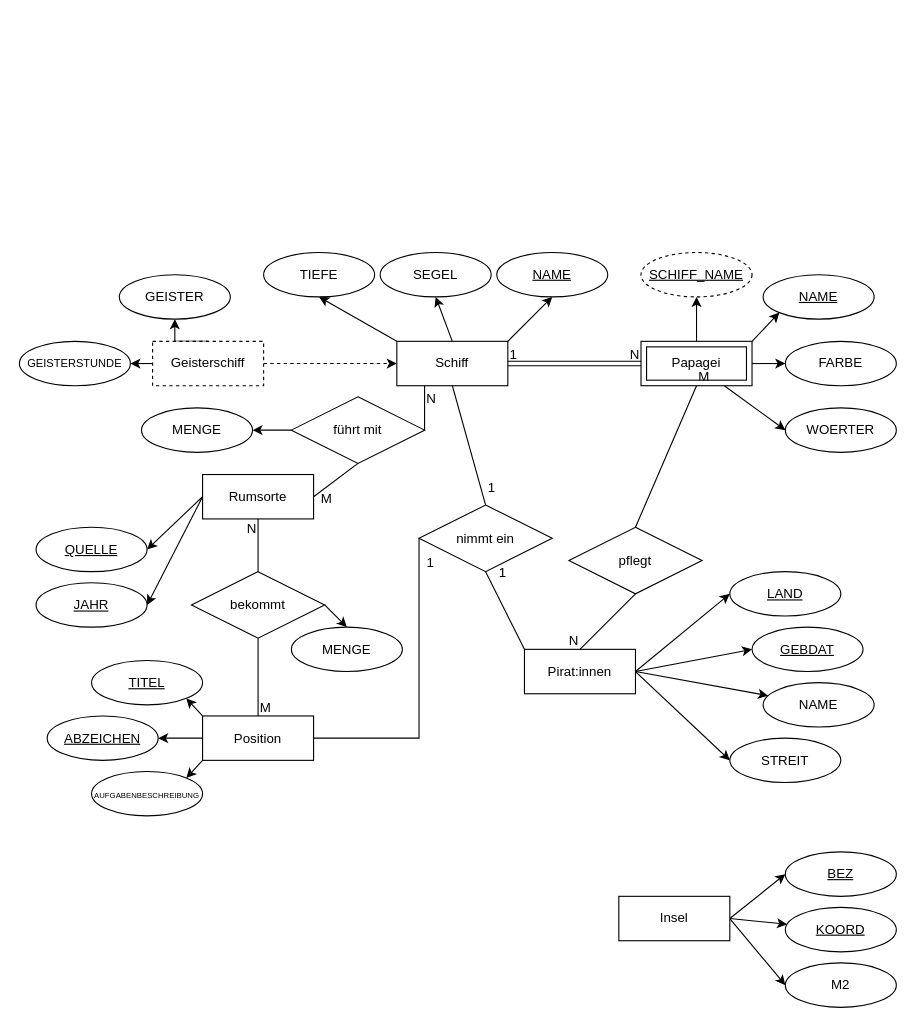
This is 12024734_DBM_UE1.drawio from marvin-the-parrot/uni, a draw.io file, before an edit. Source tidied: cells renumbered, new cells numbered last; positions are measured from the earlier drawing's top-left corner, leaving out a move shared by most shapes. Both pictures are drawn from the tidied source at 111%, with x=0, y=0 at pixel (19, 252).
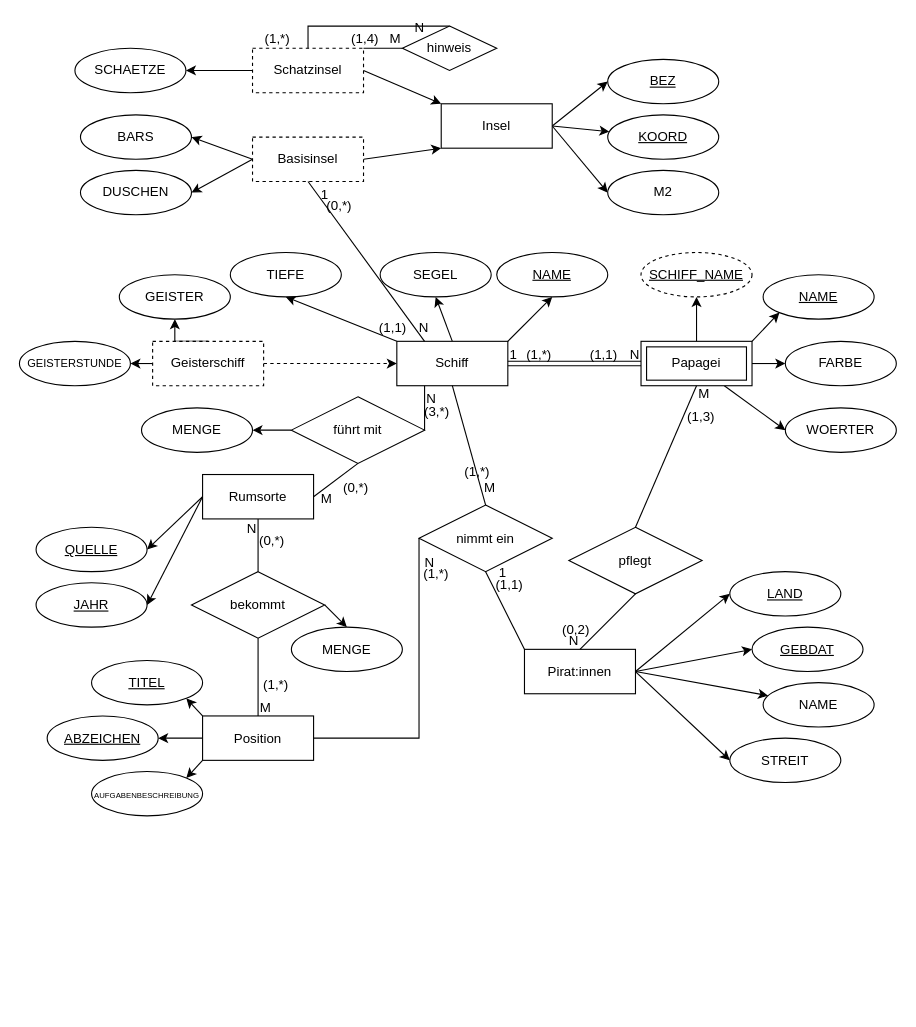
After the change.

Unchanged cells that the change refers to:
```xml
<mxCell id="5" value="Schiff" style="whiteSpace=wrap;html=1;align=center;" parent="1" vertex="1">
  <mxGeometry x="340" y="80" width="100" height="40" as="geometry" />
</mxCell>
<mxCell id="39" style="endArrow=none;html=1;rounded=0;exitX=0.5;exitY=1;exitDx=0;exitDy=0;entryX=0.5;entryY=0;entryDx=0;entryDy=0;" parent="1" edge="1" source="19" target="35">
  <mxGeometry relative="1" as="geometry" />
</mxCell>
<mxCell id="56" style="endArrow=none;html=1;rounded=0;entryX=0.5;entryY=0;entryDx=0;entryDy=0;exitX=0.5;exitY=1;exitDx=0;exitDy=0;" parent="1" edge="1" source="5" target="55">
  <mxGeometry relative="1" as="geometry" />
</mxCell>
<mxCell id="58" style="endArrow=none;html=1;rounded=0;exitX=1;exitY=0.5;exitDx=0;exitDy=0;entryX=0;entryY=0.5;entryDx=0;entryDy=0;" parent="1" edge="1" source="54" target="55">
  <mxGeometry relative="1" as="geometry">
    <Array as="points">
      <mxPoint x="360" y="437.5" />
    </Array>
  </mxGeometry>
</mxCell>
```

Change to the diagram source:
```diff
@@
     <mxCell id="12" value="TIEFE" style="ellipse;whiteSpace=wrap;html=1;align=center;" parent="1" vertex="1">
-      <mxGeometry x="220" width="100" height="40" as="geometry" />
+      <mxGeometry x="190" width="100" height="40" as="geometry" />
     </mxCell>
@@
     <mxCell id="40" value="M" style="html=1;whiteSpace=wrap;align=left;verticalAlign=bottom;" parent="39" vertex="1">
-      <mxGeometry x="-1" relative="1" as="geometry" />
+      <mxGeometry x="-1" relative="1" as="geometry">
+        <mxPoint y="16" as="offset" />
+      </mxGeometry>
     </mxCell>
@@
-    <mxCell id="57" value="1" style="html=1;whiteSpace=wrap;align=right;verticalAlign=bottom;" parent="56" vertex="1">
+    <mxCell id="57" value="M" style="html=1;whiteSpace=wrap;align=right;verticalAlign=bottom;" parent="56" vertex="1">
       <mxGeometry x="1" relative="1" as="geometry">
         <mxPoint x="10" y="-8" as="offset" />
       </mxGeometry>
     </mxCell>
@@
-    <mxCell id="59" value="1" style="html=1;whiteSpace=wrap;align=right;verticalAlign=bottom;" parent="58" vertex="1">
+    <mxCell id="59" value="N" style="html=1;whiteSpace=wrap;align=right;verticalAlign=bottom;" parent="58" vertex="1">
       <mxGeometry x="1" relative="1" as="geometry">
         <mxPoint x="15" y="30" as="offset" />
       </mxGeometry>
     </mxCell>
@@
     <mxCell id="79" value="Insel" style="whiteSpace=wrap;html=1;align=center;" parent="1" vertex="1">
-      <mxGeometry x="540" y="580" width="100" height="40" as="geometry" />
+      <mxGeometry x="380" y="-134" width="100" height="40" as="geometry" />
     </mxCell>
     <mxCell id="80" value="&lt;u&gt;BEZ&lt;/u&gt;" style="ellipse;whiteSpace=wrap;html=1;align=center;" parent="1" vertex="1">
-      <mxGeometry x="690" y="540" width="100" height="40" as="geometry" />
+      <mxGeometry x="530" y="-174" width="100" height="40" as="geometry" />
     </mxCell>
     <mxCell id="81" value="&lt;u&gt;KOORD&lt;/u&gt;" style="ellipse;whiteSpace=wrap;html=1;align=center;" parent="1" vertex="1">
-      <mxGeometry x="690" y="590" width="100" height="40" as="geometry" />
+      <mxGeometry x="530" y="-124" width="100" height="40" as="geometry" />
     </mxCell>
     <mxCell id="82" value="M2" style="ellipse;whiteSpace=wrap;html=1;align=center;" parent="1" vertex="1">
-      <mxGeometry x="690" y="640" width="100" height="40" as="geometry" />
+      <mxGeometry x="530" y="-74" width="100" height="40" as="geometry" />
     </mxCell>
+    <mxCell id="83" style="edgeStyle=orthogonalEdgeStyle;rounded=0;jettySize=auto;html=1;exitX=0;exitY=0.5;exitDx=0;exitDy=0;" parent="1" edge="1" source="84" target="95">
+      <mxGeometry relative="1" as="geometry" />
+    </mxCell>
+    <mxCell id="84" value="Schatzinsel" style="whiteSpace=wrap;html=1;align=center;dashed=1;" parent="1" vertex="1">
+      <mxGeometry x="210" y="-184" width="100" height="40" as="geometry" />
+    </mxCell>
+    <mxCell id="85" style="rounded=0;jettySize=auto;html=1;exitX=1;exitY=0.5;exitDx=0;exitDy=0;entryX=0;entryY=1;entryDx=0;entryDy=0;" parent="1" edge="1" source="88" target="79">
+      <mxGeometry relative="1" as="geometry" />
+    </mxCell>
+    <mxCell id="86" style="rounded=0;jettySize=auto;html=1;exitX=0;exitY=0.5;exitDx=0;exitDy=0;entryX=1;entryY=0.5;entryDx=0;entryDy=0;" parent="1" edge="1" source="88" target="90">
+      <mxGeometry relative="1" as="geometry" />
+    </mxCell>
+    <mxCell id="87" style="rounded=0;jettySize=auto;html=1;exitX=0;exitY=0.5;exitDx=0;exitDy=0;entryX=1;entryY=0.5;entryDx=0;entryDy=0;" parent="1" edge="1" source="88" target="91">
+      <mxGeometry relative="1" as="geometry" />
+    </mxCell>
+    <mxCell id="88" value="Basisinsel" style="whiteSpace=wrap;html=1;align=center;dashed=1;" parent="1" vertex="1">
+      <mxGeometry x="210" y="-104" width="100" height="40" as="geometry" />
+    </mxCell>
+    <mxCell id="89" style="rounded=0;jettySize=auto;html=1;exitX=1;exitY=0.5;exitDx=0;exitDy=0;entryX=0;entryY=0;entryDx=0;entryDy=0;" parent="1" edge="1" source="84" target="79">
+      <mxGeometry relative="1" as="geometry" />
+    </mxCell>
+    <mxCell id="90" value="BARS" style="ellipse;whiteSpace=wrap;html=1;align=center;" parent="1" vertex="1">
+      <mxGeometry x="55" y="-124" width="100" height="40" as="geometry" />
+    </mxCell>
+    <mxCell id="91" value="DUSCHEN" style="ellipse;whiteSpace=wrap;html=1;align=center;" parent="1" vertex="1">
+      <mxGeometry x="55" y="-74" width="100" height="40" as="geometry" />
+    </mxCell>
+    <mxCell id="92" style="endArrow=none;html=1;rounded=0;exitX=0.5;exitY=1;exitDx=0;exitDy=0;entryX=0.25;entryY=0;entryDx=0;entryDy=0;" parent="1" edge="1" source="88" target="5">
+      <mxGeometry relative="1" as="geometry" />
+    </mxCell>
+    <mxCell id="93" value="1" style="html=1;whiteSpace=wrap;align=left;verticalAlign=bottom;" parent="92" vertex="1">
+      <mxGeometry x="-1" relative="1" as="geometry">
+        <mxPoint x="10" y="20" as="offset" />
+      </mxGeometry>
+    </mxCell>
+    <mxCell id="94" value="N" style="html=1;whiteSpace=wrap;align=right;verticalAlign=bottom;" parent="92" vertex="1">
+      <mxGeometry x="1" relative="1" as="geometry">
+        <mxPoint x="5" y="-4" as="offset" />
+      </mxGeometry>
+    </mxCell>
+    <mxCell id="95" value="SCHAETZE" style="ellipse;whiteSpace=wrap;html=1;align=center;" parent="1" vertex="1">
+      <mxGeometry x="50" y="-184" width="100" height="40" as="geometry" />
+    </mxCell>
+    <mxCell id="96" value="hinweis" style="shape=rhombus;perimeter=rhombusPerimeter;whiteSpace=wrap;html=1;align=center;" parent="1" vertex="1">
+      <mxGeometry x="345" y="-204" width="85" height="40" as="geometry" />
+    </mxCell>
+    <mxCell id="97" style="endArrow=none;html=1;rounded=0;exitX=0.5;exitY=0;exitDx=0;exitDy=0;entryX=0.5;entryY=0;entryDx=0;entryDy=0;" parent="1" edge="1" source="84" target="96">
+      <mxGeometry relative="1" as="geometry">
+        <Array as="points">
+          <mxPoint x="260" y="-204" />
+        </Array>
+      </mxGeometry>
+    </mxCell>
+    <mxCell id="98" value="N" style="html=1;whiteSpace=wrap;align=right;verticalAlign=bottom;" parent="97" vertex="1">
+      <mxGeometry x="1" relative="1" as="geometry">
+        <mxPoint x="-22" y="10" as="offset" />
+      </mxGeometry>
+    </mxCell>
+    <mxCell id="99" style="endArrow=none;html=1;rounded=0;exitX=1;exitY=0;exitDx=0;exitDy=0;entryX=0;entryY=0.5;entryDx=0;entryDy=0;" parent="1" edge="1" source="84" target="96">
+      <mxGeometry relative="1" as="geometry" />
+    </mxCell>
+    <mxCell id="100" value="M" style="html=1;whiteSpace=wrap;align=right;verticalAlign=bottom;" parent="99" vertex="1">
+      <mxGeometry x="1" relative="1" as="geometry" />
+    </mxCell>
+    <mxCell id="101" value="(1,*)" style="html=1;whiteSpace=wrap;align=left;verticalAlign=bottom;" parent="1" vertex="1">
+      <mxGeometry x="230" y="367.5" as="geometry">
+        <mxPoint x="-12" y="30" as="offset" />
+      </mxGeometry>
+    </mxCell>
+    <mxCell id="102" value="(1,*)" style="html=1;whiteSpace=wrap;align=left;verticalAlign=bottom;" parent="1" vertex="1">
+      <mxGeometry x="455" y="100" as="geometry" />
+    </mxCell>
+    <mxCell id="103" value="(1,1)" style="html=1;whiteSpace=wrap;align=right;verticalAlign=bottom;" parent="1" vertex="1">
+      <mxGeometry x="540" y="100" as="geometry" />
+    </mxCell>
+    <mxCell id="104" value="(0,2)" style="html=1;whiteSpace=wrap;align=right;verticalAlign=bottom;" parent="1" vertex="1">
+      <mxGeometry x="514.9" y="347.5" as="geometry" />
+    </mxCell>
+    <mxCell id="105" value="(1,3)" style="html=1;whiteSpace=wrap;align=left;verticalAlign=bottom;" parent="1" vertex="1">
+      <mxGeometry x="600" y="156" as="geometry" />
+    </mxCell>
+    <mxCell id="106" value="(0,*)" style="html=1;whiteSpace=wrap;align=right;verticalAlign=bottom;" parent="1" vertex="1">
+      <mxGeometry x="240" y="267.5" as="geometry" />
+    </mxCell>
+    <mxCell id="107" value="(0,*)" style="html=1;whiteSpace=wrap;align=left;verticalAlign=bottom;" parent="1" vertex="1">
+      <mxGeometry x="290" y="220" as="geometry" />
+    </mxCell>
+    <mxCell id="108" value="(3,*)" style="html=1;whiteSpace=wrap;align=left;verticalAlign=bottom;" parent="1" vertex="1">
+      <mxGeometry x="375" y="150" as="geometry">
+        <mxPoint x="-12" y="2" as="offset" />
+      </mxGeometry>
+    </mxCell>
+    <mxCell id="109" value="(1,1)" style="html=1;whiteSpace=wrap;align=right;verticalAlign=bottom;" parent="1" vertex="1">
+      <mxGeometry x="455" y="307.5" as="geometry" />
+    </mxCell>
+    <mxCell id="110" value="(1,*)" style="html=1;whiteSpace=wrap;align=right;verticalAlign=bottom;" parent="1" vertex="1">
+      <mxGeometry x="387.5" y="297.5" as="geometry" />
+    </mxCell>
+    <mxCell id="111" value="(1,*)" style="html=1;whiteSpace=wrap;align=right;verticalAlign=bottom;" parent="1" vertex="1">
+      <mxGeometry x="425" y="206" as="geometry" />
+    </mxCell>
+    <mxCell id="112" value="(1,*)" style="html=1;whiteSpace=wrap;align=right;verticalAlign=bottom;" parent="1" vertex="1">
+      <mxGeometry x="245" y="-184" as="geometry" />
+    </mxCell>
+    <mxCell id="113" value="(1,4)" style="html=1;whiteSpace=wrap;align=right;verticalAlign=bottom;" parent="1" vertex="1">
+      <mxGeometry x="325" y="-184" as="geometry" />
+    </mxCell>
+    <mxCell id="114" value="(0,*)" style="html=1;whiteSpace=wrap;align=left;verticalAlign=bottom;direction=south;" parent="1" vertex="1">
+      <mxGeometry x="275" y="-34" as="geometry" />
+    </mxCell>
+    <mxCell id="115" value="(1,1)" style="html=1;whiteSpace=wrap;align=right;verticalAlign=bottom;" parent="1" vertex="1">
+      <mxGeometry x="350" y="76" as="geometry" />
+    </mxCell>
```
